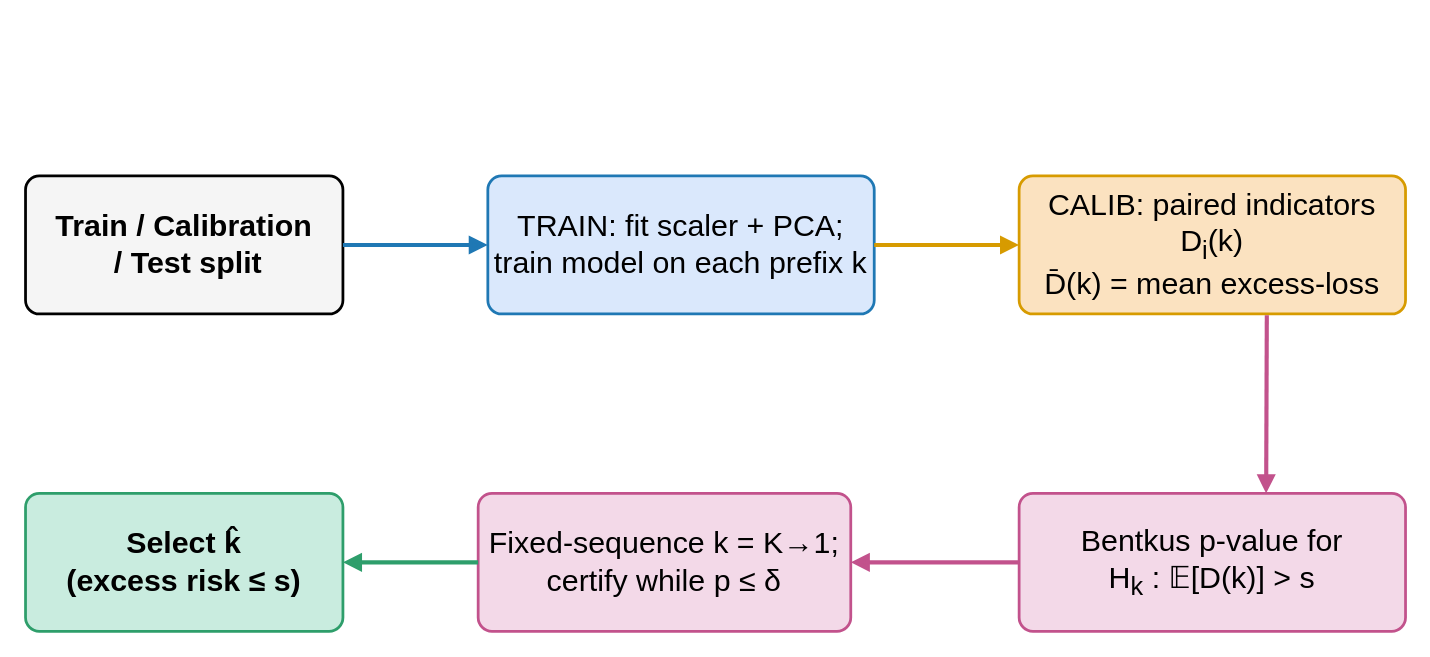
Above: fig_ltt_flow (1).drawio in Sisty37/tspcs-pca-rotation (draw.io), before the change. Source tidied: cells renumbered, new cells numbered last; positions are measured from the earlier drawing's top-left corner, leaving out a move shared by most shapes. Both pictures are drawn from the tidied source at 138%, with x=0, y=0 at pixel (25, 175).
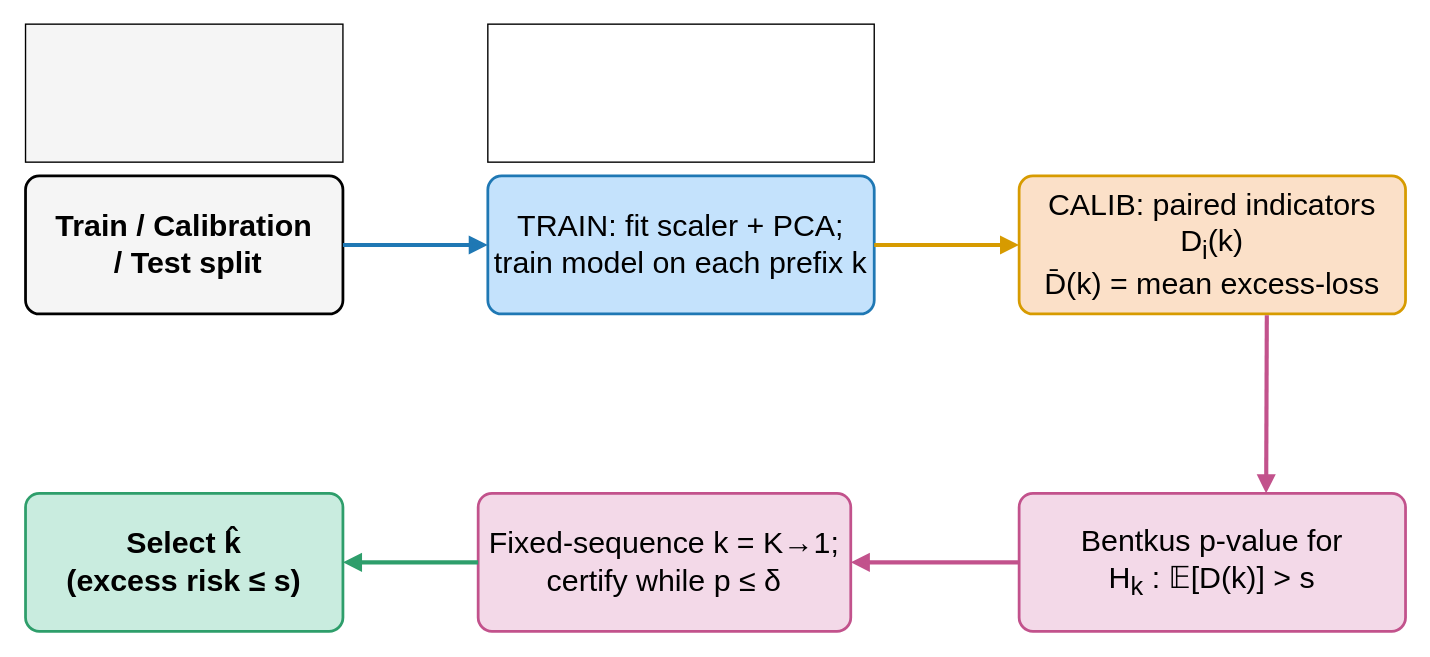
Above is the later version.

Diff of the diagram source:
```diff
@@
 <mxGraphModel>
   <root>
     <mxCell id="0" />
     <mxCell id="1" parent="0" />
     <mxCell id="2" value="&lt;b&gt;Train / Calibration&lt;/b&gt;&lt;div&gt;&lt;b&gt;&amp;nbsp;/ Test split&lt;/b&gt;&lt;/div&gt;" style="rounded=1;whiteSpace=wrap;html=1;fillColor=#F5F5F5;strokeColor=#000000;strokeWidth=2;fontSize=22;fontStyle=1;arcSize=10;" parent="1" vertex="1">
       <mxGeometry width="230" height="100" as="geometry" />
     </mxCell>
-    <mxCell id="3" value="TRAIN: fit scaler + PCA;&lt;br&gt;train model on each prefix k" style="rounded=1;whiteSpace=wrap;html=1;fillColor=#DAE8FC;strokeColor=#1F78B4;strokeWidth=2;fontSize=22;arcSize=10;" parent="1" vertex="1">
+    <mxCell id="3" value="TRAIN: fit scaler + PCA;&lt;br&gt;train model on each prefix k" style="rounded=1;whiteSpace=wrap;html=1;fillColor=#C4E2FC;strokeColor=#1F78B4;strokeWidth=2;fontSize=22;arcSize=10;" parent="1" vertex="1">
       <mxGeometry x="335" width="280" height="100" as="geometry" />
     </mxCell>
-    <mxCell id="4" value="CALIB: paired indicators D&lt;sub&gt;i&lt;/sub&gt;(k)&lt;br&gt;D̄(k) = mean excess-loss" style="rounded=1;whiteSpace=wrap;html=1;fillColor=#FBE2C0;strokeColor=#D79B00;strokeWidth=2;fontSize=22;arcSize=10;" parent="1" vertex="1">
+    <mxCell id="4" value="CALIB: paired indicators D&lt;sub&gt;i&lt;/sub&gt;(k)&lt;br&gt;D̄(k) = mean excess-loss" style="rounded=1;whiteSpace=wrap;html=1;fillColor=#FBE0C8;strokeColor=#D79B00;strokeWidth=2;fontSize=22;arcSize=10;" parent="1" vertex="1">
       <mxGeometry x="720" width="280" height="100" as="geometry" />
     </mxCell>
     <mxCell id="5" value="Bentkus p-value for&lt;br&gt;H&lt;sub&gt;k&lt;/sub&gt; : 𝔼[D(k)] &amp;gt; s" style="rounded=1;whiteSpace=wrap;html=1;fillColor=#F3D9E8;strokeColor=#C2528C;strokeWidth=2;fontSize=22;arcSize=10;" parent="1" vertex="1">
       <mxGeometry x="720" y="230" width="280" height="100" as="geometry" />
     </mxCell>
     <mxCell id="6" value="Fixed-sequence k = K→1;&lt;br&gt;certify while p ≤ δ" style="rounded=1;whiteSpace=wrap;html=1;fillColor=#F3D9E8;strokeColor=#C2528C;strokeWidth=2;fontSize=22;arcSize=10;" parent="1" vertex="1">
       <mxGeometry x="328" y="230" width="270" height="100" as="geometry" />
     </mxCell>
     <mxCell id="7" value="&lt;b&gt;Select k̂&lt;br&gt;(excess risk ≤ s)&lt;/b&gt;" style="rounded=1;whiteSpace=wrap;html=1;fillColor=#C9ECDF;strokeColor=#2E9E6B;strokeWidth=2;fontSize=22;fontStyle=1;arcSize=10;" parent="1" vertex="1">
       <mxGeometry y="230" width="230" height="100" as="geometry" />
     </mxCell>
     <mxCell id="8" style="edgeStyle=orthogonalEdgeStyle;rounded=0;html=1;strokeColor=#1F78B4;strokeWidth=3;endArrow=block;fontSize=22;" parent="1" edge="1" source="2" target="3">
       <mxGeometry relative="1" as="geometry" />
     </mxCell>
     <mxCell id="9" style="edgeStyle=orthogonalEdgeStyle;rounded=0;html=1;strokeColor=#D79B00;strokeWidth=3;endArrow=block;fontSize=22;" parent="1" edge="1" source="3" target="4">
       <mxGeometry relative="1" as="geometry" />
     </mxCell>
     <mxCell id="10" style="edgeStyle=orthogonalEdgeStyle;rounded=0;html=1;strokeColor=#C2528C;strokeWidth=3;endArrow=block;fontSize=22;exitX=0.641;exitY=1.009;exitDx=0;exitDy=0;exitPerimeter=0;" parent="1" edge="1" source="4">
       <mxGeometry relative="1" as="geometry">
         <mxPoint x="899" y="230" as="targetPoint" />
       </mxGeometry>
     </mxCell>
     <mxCell id="11" style="edgeStyle=orthogonalEdgeStyle;rounded=0;html=1;strokeColor=#C2528C;strokeWidth=3;endArrow=block;fontSize=22;" parent="1" edge="1" source="5" target="6">
       <mxGeometry relative="1" as="geometry" />
     </mxCell>
     <mxCell id="12" style="edgeStyle=orthogonalEdgeStyle;rounded=0;html=1;strokeColor=#2E9E6B;strokeWidth=3;endArrow=block;fontSize=22;" parent="1" edge="1" source="6" target="7">
       <mxGeometry relative="1" as="geometry" />
     </mxCell>
+    <mxCell id="13" value="&amp;nbsp;" style="rounded=0;whiteSpace=wrap;html=1;fillColor=#F5F5F5;" parent="1" vertex="1">
+      <mxGeometry y="-110" width="230" height="100" as="geometry" />
+    </mxCell>
+    <mxCell id="14" style="rounded=0;whiteSpace=wrap;html=1;" parent="1" vertex="1">
+      <mxGeometry x="335" y="-110" width="280" height="100" as="geometry" />
+    </mxCell>
   </root>
 </mxGraphModel>
```
